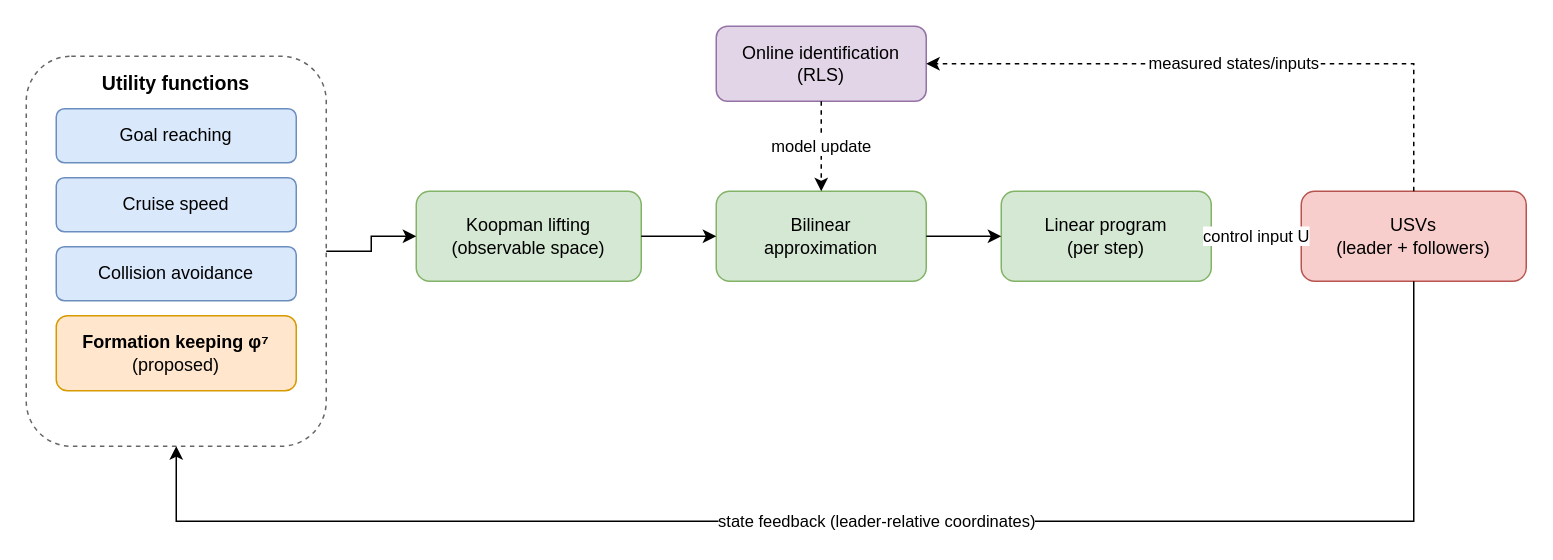
Above: IEEE-conference-template-062824/fig/pipeline_flowchart.drawio in yuuu1121/GTBOT (draw.io), before the change. Source tidied: cells renumbered, new cells numbered last; positions are measured from the earlier drawing's top-left corner, leaving out a move shared by most shapes. Both pictures are drawn from the tidied source at 150%, with x=0, y=0 at pixel (26, 26).
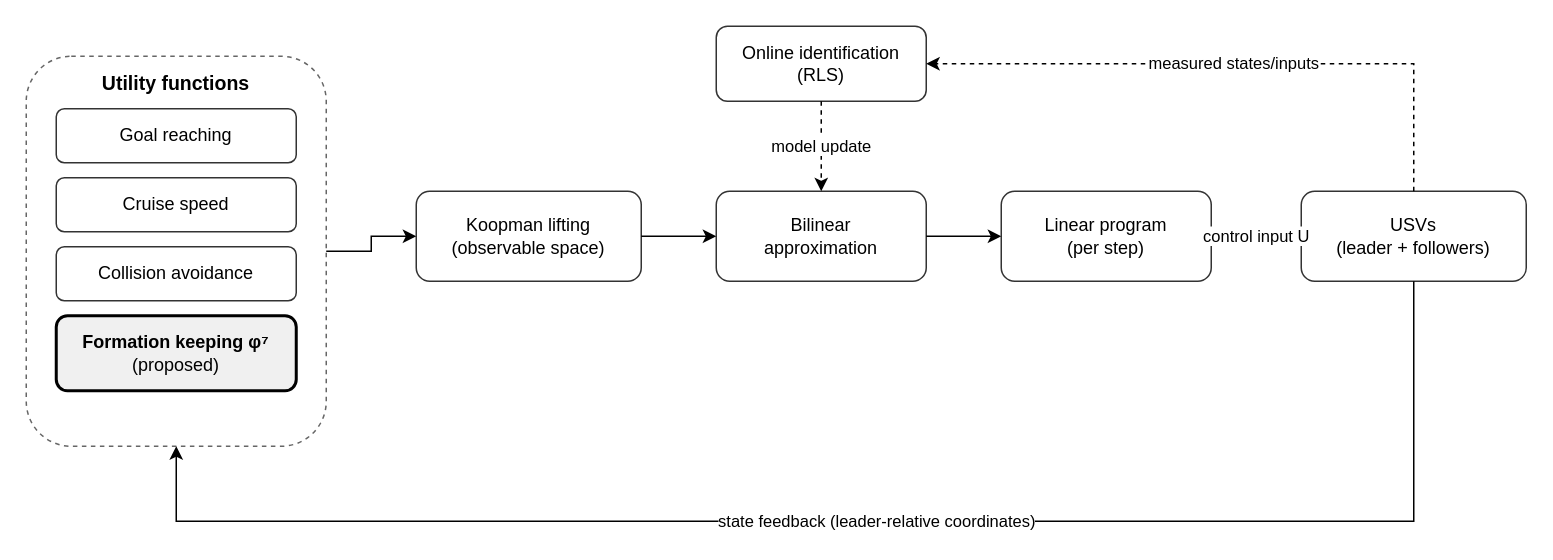
Above is the later version.

Commit message:
draft(ut27): 플로우차트 모노톤 정리 — 제안 항(phi7)만 연회색+굵은 테두리 강조

Claude-Session: https://claude.ai/code/session_019qNLAuEkV57fTxt2qoVVH8

Diff of the diagram source:
```diff
@@
-    <mxCell id="3" value="Goal reaching" style="rounded=1;whiteSpace=wrap;html=1;fillColor=#dae8fc;strokeColor=#6c8ebf;fontSize=12;" parent="1" vertex="1">
+    <mxCell id="3" value="Goal reaching" style="rounded=1;whiteSpace=wrap;html=1;fillColor=#ffffff;strokeColor=#333333;fontSize=12;" parent="1" vertex="1">
       <mxGeometry x="20" y="55" width="160" height="36" as="geometry" />
     </mxCell>
-    <mxCell id="4" value="Cruise speed" style="rounded=1;whiteSpace=wrap;html=1;fillColor=#dae8fc;strokeColor=#6c8ebf;fontSize=12;" parent="1" vertex="1">
+    <mxCell id="4" value="Cruise speed" style="rounded=1;whiteSpace=wrap;html=1;fillColor=#ffffff;strokeColor=#333333;fontSize=12;" parent="1" vertex="1">
       <mxGeometry x="20" y="101" width="160" height="36" as="geometry" />
     </mxCell>
-    <mxCell id="5" value="Collision avoidance" style="rounded=1;whiteSpace=wrap;html=1;fillColor=#dae8fc;strokeColor=#6c8ebf;fontSize=12;" parent="1" vertex="1">
+    <mxCell id="5" value="Collision avoidance" style="rounded=1;whiteSpace=wrap;html=1;fillColor=#ffffff;strokeColor=#333333;fontSize=12;" parent="1" vertex="1">
       <mxGeometry x="20" y="147" width="160" height="36" as="geometry" />
     </mxCell>
-    <mxCell id="6" value="&lt;b&gt;Formation keeping φ⁷&lt;/b&gt;&lt;br&gt;(proposed)" style="rounded=1;whiteSpace=wrap;html=1;fillColor=#ffe6cc;strokeColor=#d79b00;fontSize=12;" parent="1" vertex="1">
+    <mxCell id="6" value="&lt;b&gt;Formation keeping φ⁷&lt;/b&gt;&lt;br&gt;(proposed)" style="rounded=1;whiteSpace=wrap;html=1;fillColor=#f0f0f0;strokeColor=#000000;strokeWidth=2;fontSize=12;" parent="1" vertex="1">
       <mxGeometry x="20" y="193" width="160" height="50" as="geometry" />
     </mxCell>
-    <mxCell id="7" value="Koopman lifting&lt;br&gt;(observable space)" style="rounded=1;whiteSpace=wrap;html=1;fillColor=#d5e8d4;strokeColor=#82b366;fontSize=12;" parent="1" vertex="1">
+    <mxCell id="7" value="Koopman lifting&lt;br&gt;(observable space)" style="rounded=1;whiteSpace=wrap;html=1;fillColor=#ffffff;strokeColor=#333333;fontSize=12;" parent="1" vertex="1">
       <mxGeometry x="260" y="110" width="150" height="60" as="geometry" />
     </mxCell>
-    <mxCell id="8" value="Bilinear&lt;br&gt;approximation" style="rounded=1;whiteSpace=wrap;html=1;fillColor=#d5e8d4;strokeColor=#82b366;fontSize=12;" parent="1" vertex="1">
+    <mxCell id="8" value="Bilinear&lt;br&gt;approximation" style="rounded=1;whiteSpace=wrap;html=1;fillColor=#ffffff;strokeColor=#333333;fontSize=12;" parent="1" vertex="1">
       <mxGeometry x="460" y="110" width="140" height="60" as="geometry" />
     </mxCell>
-    <mxCell id="9" value="Linear program&lt;br&gt;(per step)" style="rounded=1;whiteSpace=wrap;html=1;fillColor=#d5e8d4;strokeColor=#82b366;fontSize=12;" parent="1" vertex="1">
+    <mxCell id="9" value="Linear program&lt;br&gt;(per step)" style="rounded=1;whiteSpace=wrap;html=1;fillColor=#ffffff;strokeColor=#333333;fontSize=12;" parent="1" vertex="1">
       <mxGeometry x="650" y="110" width="140" height="60" as="geometry" />
     </mxCell>
-    <mxCell id="10" value="USVs&lt;br&gt;(leader + followers)" style="rounded=1;whiteSpace=wrap;html=1;fillColor=#f8cecc;strokeColor=#b85450;fontSize=12;" parent="1" vertex="1">
+    <mxCell id="10" value="USVs&lt;br&gt;(leader + followers)" style="rounded=1;whiteSpace=wrap;html=1;fillColor=#ffffff;strokeColor=#333333;fontSize=12;" parent="1" vertex="1">
       <mxGeometry x="850" y="110" width="150" height="60" as="geometry" />
     </mxCell>
-    <mxCell id="11" value="Online identification&lt;br&gt;(RLS)" style="rounded=1;whiteSpace=wrap;html=1;fillColor=#e1d5e7;strokeColor=#9673a6;fontSize=12;dashed=0;" parent="1" vertex="1">
+    <mxCell id="11" value="Online identification&lt;br&gt;(RLS)" style="rounded=1;whiteSpace=wrap;html=1;fillColor=#ffffff;strokeColor=#333333;fontSize=12;dashed=0;" parent="1" vertex="1">
       <mxGeometry x="460" width="140" height="50" as="geometry" />
     </mxCell>
```
